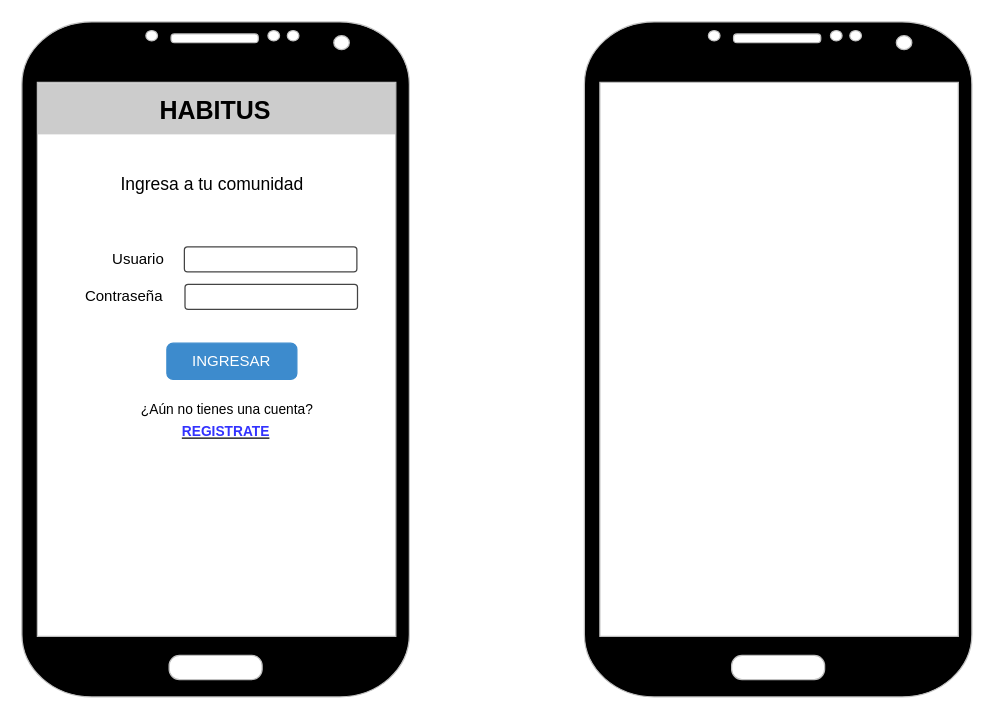
goliveirab/habitus keeps this draw.io diagram as diagrams/ui-login_and_register.drawio. Above is the earlier version. Source tidied: cells renumbered, new cells numbered last; positions are measured from the earlier drawing's top-left corner, leaving out a move shared by most shapes. Both pictures are drawn from the tidied source at 125%, with x=0, y=0 at pixel (21, 21).
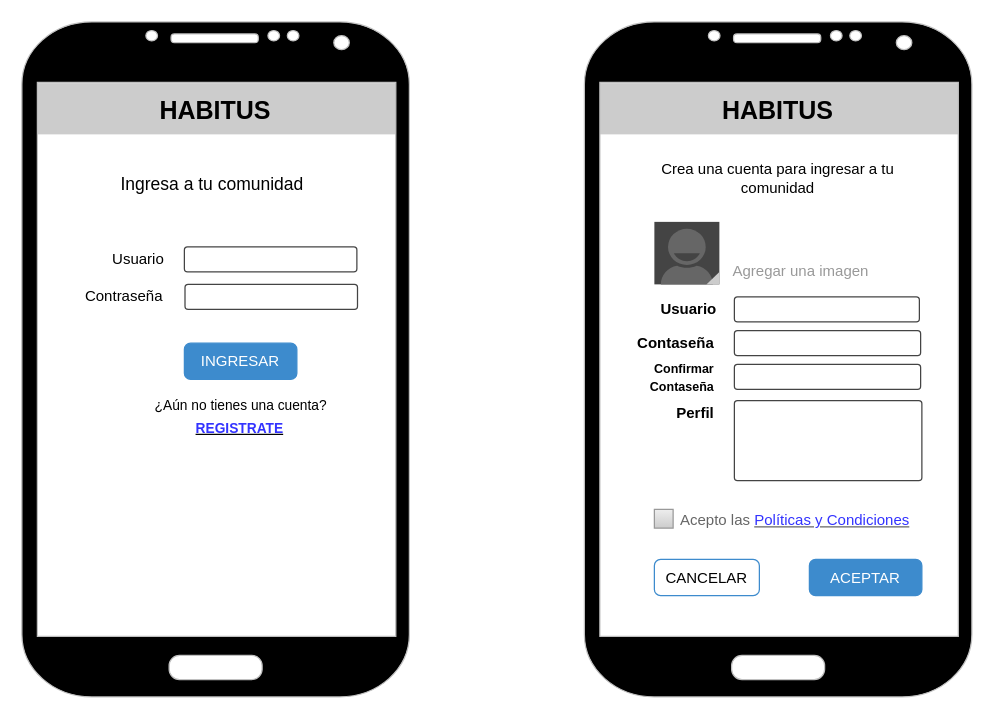
Above is the later version.

The edit, as a diff of the source:
```diff
@@
+    <mxCell id="13" value="&lt;font size=&quot;1&quot;&gt;&lt;b style=&quot;font-size: 20px&quot;&gt;HABITUS&lt;/b&gt;&lt;/font&gt;" style="rounded=0;whiteSpace=wrap;html=1;fillColor=#CCCCCC;strokeColor=none;align=center;labelPosition=center;verticalLabelPosition=middle;verticalAlign=middle;" parent="1" vertex="1">
+      <mxGeometry x="460" y="49" width="290" height="41" as="geometry" />
+    </mxCell>
@@
     <mxCell id="10" value="INGRESAR" style="html=1;shadow=0;dashed=0;shape=mxgraph.bootstrap.rrect;rSize=5;fillColor=#3D8BCD;align=center;strokeColor=#3D8BCD;fontColor=#ffffff;fontSize=12;whiteSpace=wrap;" parent="1" vertex="1">
-      <mxGeometry x="116" y="257" width="104" height="29" as="geometry" />
+      <mxGeometry x="130" y="257" width="90" height="29" as="geometry" />
     </mxCell>
     <mxCell id="11" value="¿Aún no tienes una cuenta?" style="text;html=1;strokeColor=none;fillColor=none;align=center;verticalAlign=middle;whiteSpace=wrap;rounded=0;fontSize=11;" parent="1" vertex="1">
-      <mxGeometry x="76.5" y="300" width="175" height="20" as="geometry" />
+      <mxGeometry x="88" y="297" width="175" height="20" as="geometry" />
     </mxCell>
     <mxCell id="12" value="&lt;b&gt;&lt;u&gt;&lt;font color=&quot;#3333FF&quot;&gt;REGISTRATE&lt;/font&gt;&lt;/u&gt;&lt;/b&gt;" style="text;html=1;strokeColor=none;fillColor=none;align=center;verticalAlign=middle;whiteSpace=wrap;rounded=0;fontSize=11;" parent="1" vertex="1">
-      <mxGeometry x="75.5" y="318" width="175" height="20" as="geometry" />
+      <mxGeometry x="87" y="315" width="175" height="20" as="geometry" />
     </mxCell>
+    <mxCell id="14" value="Crea una cuenta para ingresar a tu comunidad" style="text;html=1;strokeColor=none;fillColor=none;align=center;verticalAlign=middle;whiteSpace=wrap;rounded=0;" parent="1" vertex="1">
+      <mxGeometry x="480" y="115" width="250" height="20" as="geometry" />
+    </mxCell>
+    <mxCell id="15" style="strokeWidth=1;html=1;shadow=0;dashed=0;shape=mxgraph.ios.iTextInput;strokeColor=#444444;fontColor=#000000;buttonText=;fontSize=13;fillColor=#ffffff;whiteSpace=wrap;align=left;" parent="1" vertex="1">
+      <mxGeometry x="570" y="220" width="148" height="20" as="geometry" />
+    </mxCell>
+    <mxCell id="16" value="Usuario" style="text;html=1;strokeColor=none;fillColor=none;align=right;verticalAlign=middle;whiteSpace=wrap;rounded=0;fontStyle=1;" parent="1" vertex="1">
+      <mxGeometry x="482" y="220" width="76" height="20" as="geometry" />
+    </mxCell>
+    <mxCell id="17" style="verticalLabelPosition=bottom;verticalAlign=top;html=1;shadow=0;dashed=0;strokeWidth=1;shape=mxgraph.android.contact_badge_normal;fillColor=#CCCCCC;fontSize=12;align=right;" parent="1" vertex="1">
+      <mxGeometry x="506" y="160" width="52" height="50" as="geometry" />
+    </mxCell>
+    <mxCell id="18" value="Agregar una imagen" style="text;html=1;strokeColor=none;fillColor=none;align=left;verticalAlign=middle;whiteSpace=wrap;rounded=0;fontColor=#999999;" parent="1" vertex="1">
+      <mxGeometry x="567" y="190" width="123" height="20" as="geometry" />
+    </mxCell>
+    <mxCell id="19" style="strokeWidth=1;html=1;shadow=0;dashed=0;shape=mxgraph.ios.iTextInput;strokeColor=#444444;fontColor=#000000;buttonText=;fontSize=13;fillColor=#ffffff;whiteSpace=wrap;align=left;" parent="1" vertex="1">
+      <mxGeometry x="570" y="247" width="149" height="20" as="geometry" />
+    </mxCell>
+    <mxCell id="20" value="Contaseña" style="text;html=1;strokeColor=none;fillColor=none;align=right;verticalAlign=middle;whiteSpace=wrap;rounded=0;fontStyle=1;" parent="1" vertex="1">
+      <mxGeometry x="480" y="247" width="76" height="20" as="geometry" />
+    </mxCell>
+    <mxCell id="21" style="strokeWidth=1;html=1;shadow=0;dashed=0;shape=mxgraph.ios.iTextInput;strokeColor=#444444;fontColor=#000000;buttonText=;fontSize=13;fillColor=#ffffff;whiteSpace=wrap;align=left;" parent="1" vertex="1">
+      <mxGeometry x="570" y="274" width="149" height="20" as="geometry" />
+    </mxCell>
+    <mxCell id="22" value="&lt;font style=&quot;font-size: 10px&quot;&gt;Confirmar Contaseña&lt;/font&gt;" style="text;html=1;strokeColor=none;fillColor=none;align=right;verticalAlign=middle;whiteSpace=wrap;rounded=0;fontStyle=1;" parent="1" vertex="1">
+      <mxGeometry x="470" y="274" width="86" height="20" as="geometry" />
+    </mxCell>
+    <mxCell id="23" value="Perfil" style="text;html=1;strokeColor=none;fillColor=none;align=right;verticalAlign=middle;whiteSpace=wrap;rounded=0;fontStyle=1;" parent="1" vertex="1">
+      <mxGeometry x="480" y="303" width="76" height="20" as="geometry" />
+    </mxCell>
+    <mxCell id="24" style="strokeWidth=1;html=1;shadow=0;dashed=0;shape=mxgraph.ios.iTextInput;strokeColor=#444444;fontColor=#000000;buttonText=;fontSize=13;fillColor=#ffffff;whiteSpace=wrap;align=left;" parent="1" vertex="1">
+      <mxGeometry x="570" y="303" width="150" height="64" as="geometry" />
+    </mxCell>
+    <mxCell id="25" value="&lt;font style=&quot;font-size: 12px&quot;&gt;Acepto las &lt;u&gt;&lt;font color=&quot;#3333FF&quot;&gt;Políticas y Condiciones&lt;/font&gt;&lt;/u&gt;&lt;/font&gt;" style="strokeWidth=1;shadow=0;dashed=0;align=center;html=1;shape=mxgraph.mockup.forms.rrect;rSize=0;fillColor=#eeeeee;strokeColor=#999999;gradientColor=#cccccc;align=left;spacingLeft=4;fontSize=17;fontColor=#666666;labelPosition=right;" parent="1" vertex="1">
+      <mxGeometry x="506" y="390" width="15" height="15" as="geometry" />
+    </mxCell>
+    <mxCell id="26" value="CANCELAR" style="html=1;shadow=0;dashed=0;shape=mxgraph.bootstrap.rrect;rSize=5;fillColor=none;align=center;strokeColor=#3D8BCD;fontColor=#000000;fontSize=12;whiteSpace=wrap;" parent="1" vertex="1">
+      <mxGeometry x="506" y="430" width="84" height="29" as="geometry" />
+    </mxCell>
+    <mxCell id="27" value="ACEPTAR" style="html=1;shadow=0;dashed=0;shape=mxgraph.bootstrap.rrect;rSize=5;fillColor=#3D8BCD;align=center;strokeColor=#3D8BCD;fontColor=#ffffff;fontSize=12;whiteSpace=wrap;" parent="1" vertex="1">
+      <mxGeometry x="630" y="430" width="90" height="29" as="geometry" />
+    </mxCell>
```
